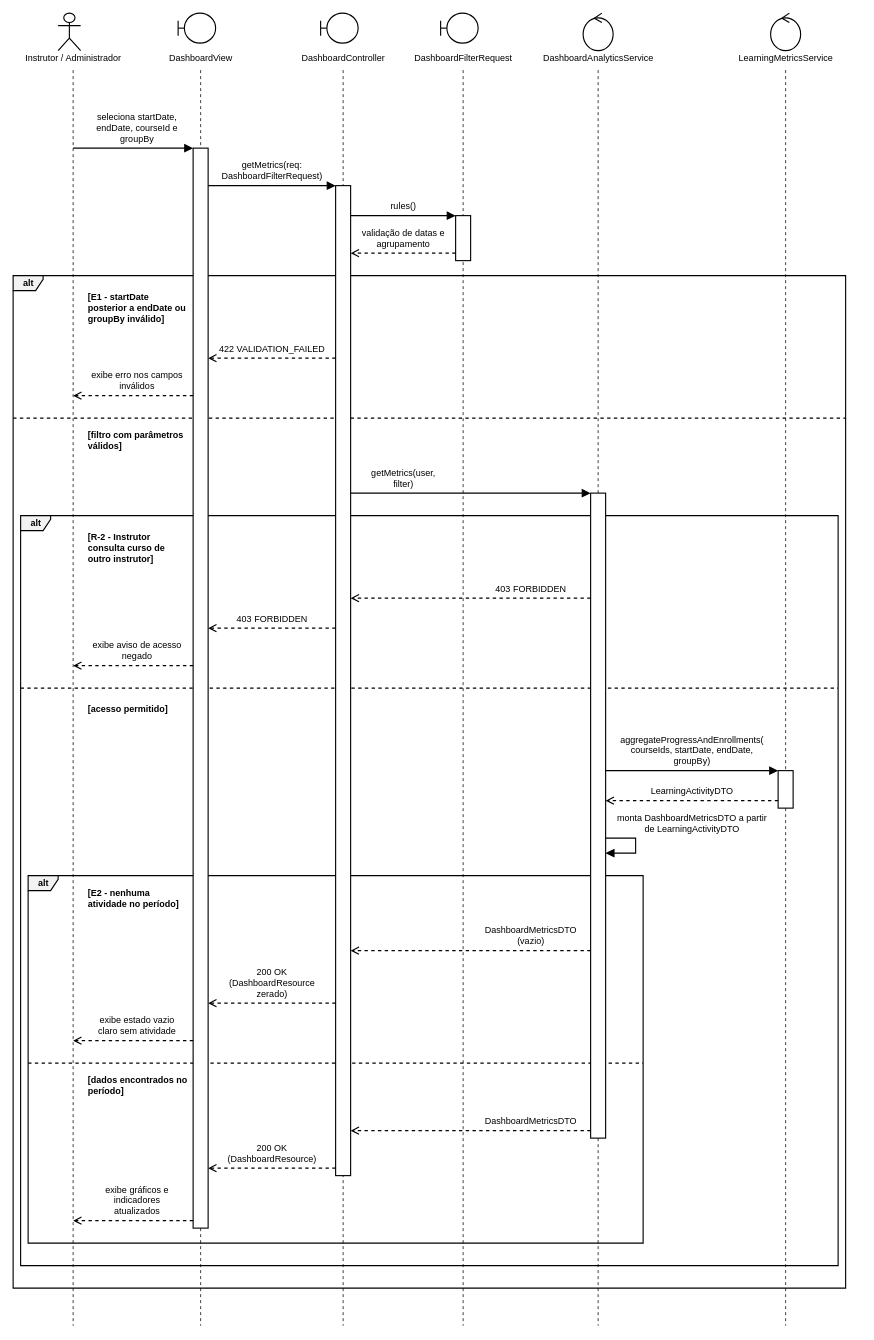
Before: especificacao/diagramas/14-sequencia-uc007.drawio in Plataforma-de-Cursos-TCC/plataforma-cursos-docs, a draw.io diagram. Source tidied: cells renumbered, new cells numbered last; positions are measured from the earlier drawing's top-left corner, leaving out a move shared by most shapes. Both pictures are drawn from the tidied source at 75%, with x=0, y=0 at pixel (13, 13).
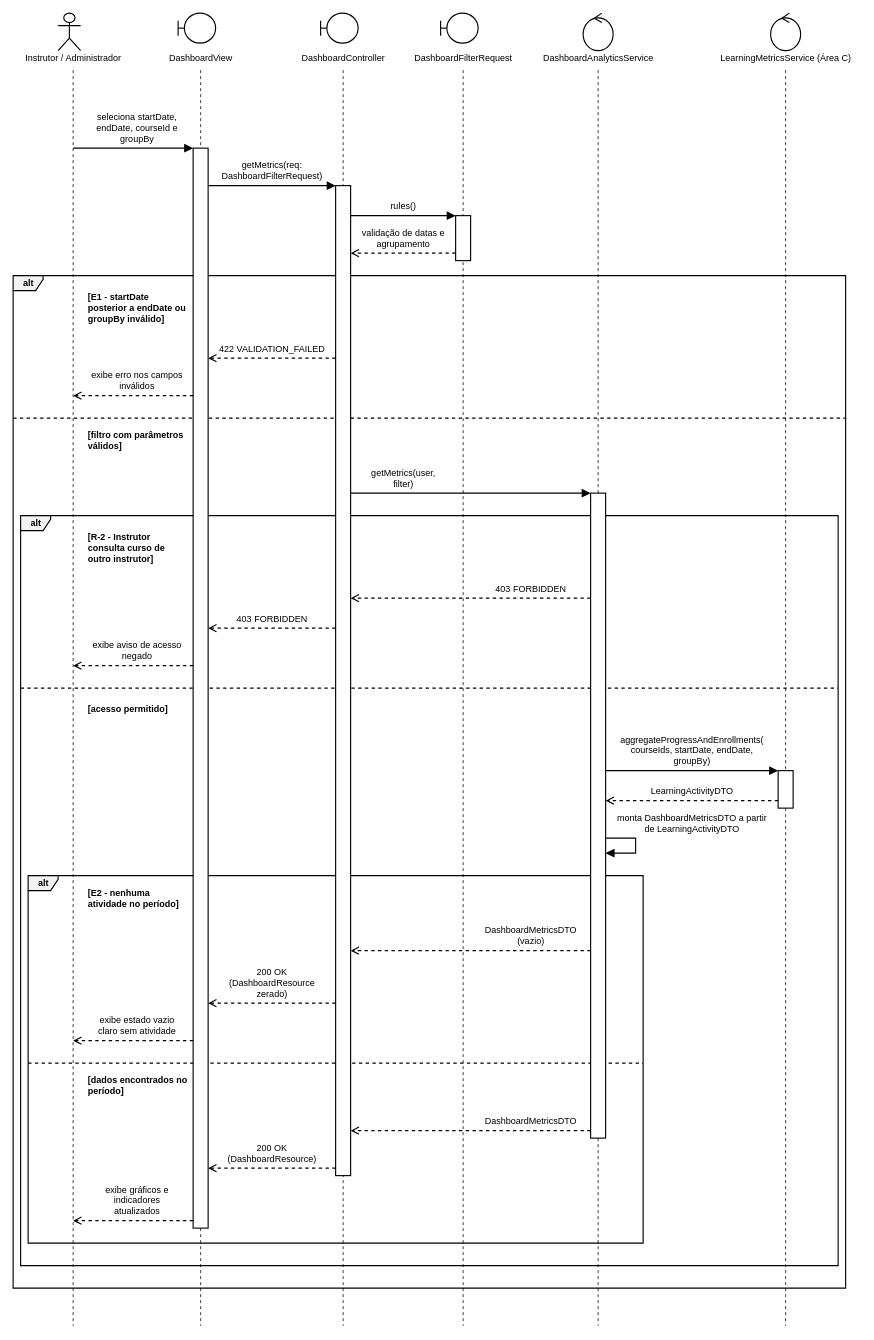
The same page after the edit.

Commit message (it also covers changes not shown here):
fix(sequencia-uc007): label the Area C service in the dashboard sequence

The participant was named without the "(Área C)" mark used for the other
cross-area classes, because the script picked the icon by name suffix. It
now carries the mark and keeps the Service icon.

(cherry picked from commit c3b8abfc03c8e92816f5d892cc72f8a1fbdf362a)

Diff of the diagram source:
```diff
@@
-    <mxCell id="49" value="LearningMetricsService" style="text;html=1;strokeColor=none;fillColor=none;align=center;verticalAlign=middle;spacing=0;fontFamily=Helvetica;fontSize=12;fontColor=#000000;" parent="1" vertex="1">
-      <mxGeometry x="950" y="50" width="160" height="20" as="geometry" />
+    <mxCell id="49" value="LearningMetricsService (Área C)" style="text;html=1;strokeColor=none;fillColor=none;align=center;verticalAlign=middle;spacing=0;fontFamily=Helvetica;fontSize=12;fontColor=#000000;" parent="1" vertex="1">
+      <mxGeometry x="930" y="50" width="200" height="20" as="geometry" />
     </mxCell>
```
